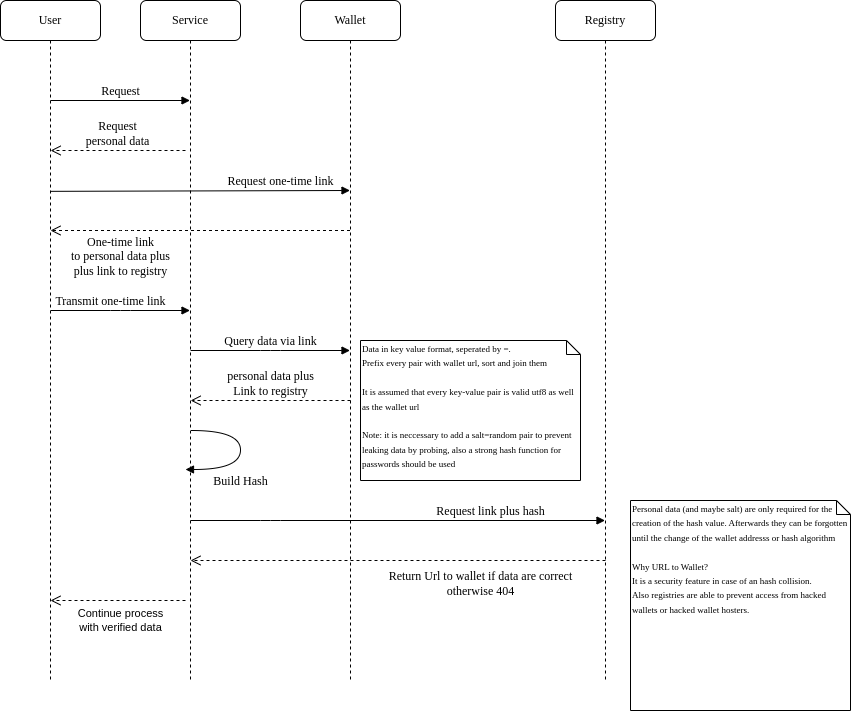
secretgraph/secretgraph keeps this draw.io diagram as docs/specifications/Verification_and_Wallet.png. Above is the earlier version. Source tidied: cells renumbered, new cells last; positions are measured from the earlier drawing's top-left corner, leaving out a move shared by most shapes.
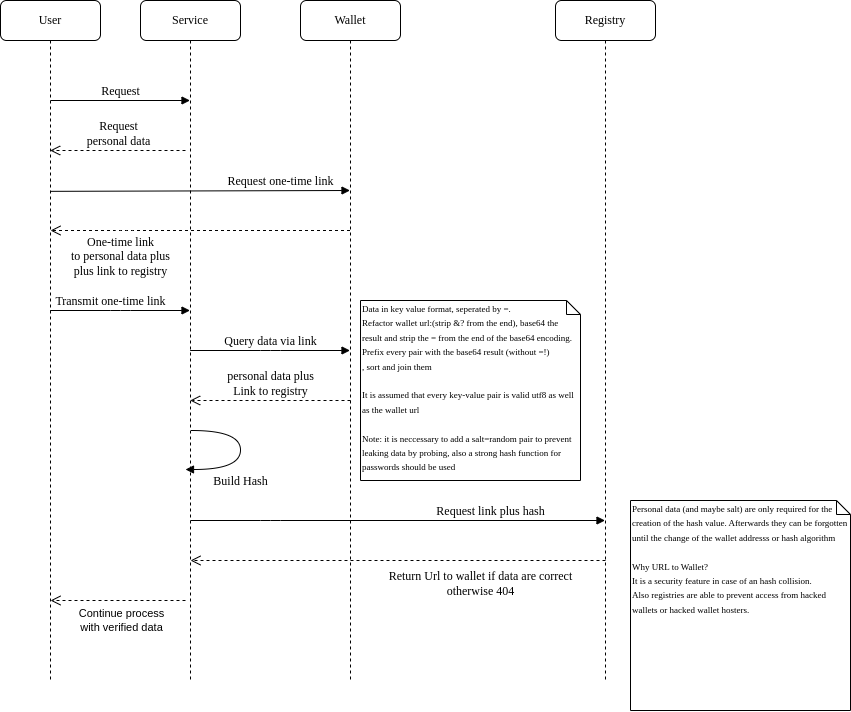
After the commit.

Commit message:
harden registry hash creation, make it more solid by stripping ? and &

The edit, as a diff of the source:
```diff
@@ -112,8 +112,8 @@
         </Array>
       </mxGeometry>
     </mxCell>
-    <mxCell id="18" value="&lt;font style=&quot;font-size: 9px;&quot;&gt;Data in key value format, seperated by =.&lt;br&gt;Prefix every pair with wallet url, sort and join them&lt;br&gt;&lt;br&gt;It is assumed that every key-value pair is valid utf8 as well as the wallet url&lt;br&gt;&lt;br&gt;Note: it is neccessary to add a salt=random pair to prevent leaking data by probing, also a strong hash function for passwords should be used&lt;br&gt;&lt;/font&gt;" style="shape=note;whiteSpace=wrap;html=1;size=14;verticalAlign=top;align=left;spacingTop=-6;rounded=0;shadow=0;comic=0;labelBackgroundColor=none;strokeWidth=1;fontFamily=Verdana;fontSize=12;" parent="1" vertex="1">
-      <mxGeometry x="360" y="340" width="220" height="140" as="geometry" />
+    <mxCell id="18" value="&lt;font style=&quot;font-size: 9px;&quot;&gt;Data in key value format, seperated by =.&lt;br&gt;Refactor wallet url:(strip &amp;amp;? from the end), base64 the result and strip the = from the end of the base64 encoding.&amp;nbsp;&lt;br&gt;Prefix every pair with the base64 result&amp;nbsp;(without =!)&lt;br&gt;, sort and join them&lt;br&gt;&lt;br&gt;It is assumed that every key-value pair is valid utf8 as well as the wallet url&lt;br&gt;&lt;br&gt;Note: it is neccessary to add a salt=random pair to prevent leaking data by probing, also a strong hash function for passwords should be used&lt;br&gt;&lt;/font&gt;" style="shape=note;whiteSpace=wrap;html=1;size=14;verticalAlign=top;align=left;spacingTop=-6;rounded=0;shadow=0;comic=0;labelBackgroundColor=none;strokeWidth=1;fontFamily=Verdana;fontSize=12;" parent="1" vertex="1">
+      <mxGeometry x="360" y="300" width="220" height="180" as="geometry" />
     </mxCell>
     <mxCell id="19" value="&lt;font style=&quot;font-size: 9px;&quot;&gt;Personal data (and maybe salt) are only required for the creation of the hash value. Afterwards they can be forgotten until the change of the wallet addresss or hash algorithm&lt;br&gt;&lt;br&gt;Why URL to Wallet?&lt;br&gt;It is a security feature in case of an hash collision.&lt;br&gt;Also registries are able to prevent access from hacked wallets or hacked wallet hosters.&lt;br&gt;&lt;/font&gt;" style="shape=note;whiteSpace=wrap;html=1;size=14;verticalAlign=top;align=left;spacingTop=-6;rounded=0;shadow=0;comic=0;labelBackgroundColor=none;strokeWidth=1;fontFamily=Verdana;fontSize=12;" parent="1" vertex="1">
       <mxGeometry x="630" y="500" width="220" height="210" as="geometry" />
```
